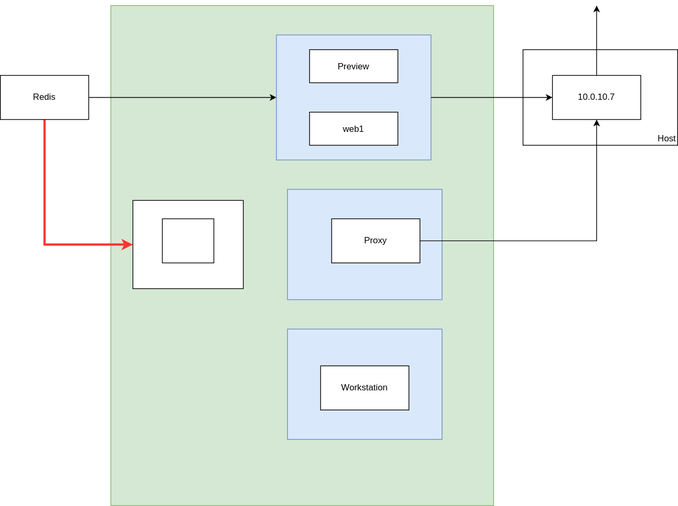
Earlier version of the draw.io export fwissue.svg (vjavle/invoicecloud). Source tidied: cells renumbered, new cells last; positions are measured from the earlier drawing's top-left corner, leaving out a move shared by most shapes. Its diagram source:
```xml
<mxGraphModel>
  <root>
    <mxCell id="0" />
    <mxCell id="1" parent="0" />
    <mxCell id="2" value="Host" style="rounded=0;whiteSpace=wrap;html=1;verticalAlign=bottom;align=right;" parent="1" vertex="1">
      <mxGeometry x="710" y="60" width="210" height="130" as="geometry" />
    </mxCell>
    <mxCell id="3" style="rounded=0;whiteSpace=wrap;html=1;fillColor=#d5e8d4;strokeColor=#82b366;" parent="1" vertex="1">
      <mxGeometry x="150" width="520" height="680" as="geometry" />
    </mxCell>
    <mxCell id="4" style="rounded=0;whiteSpace=wrap;html=1;fillColor=#dae8fc;strokeColor=#6c8ebf;" parent="1" vertex="1">
      <mxGeometry x="375" y="40" width="210" height="170" as="geometry" />
    </mxCell>
    <mxCell id="5" style="rounded=0;whiteSpace=wrap;html=1;fillColor=#dae8fc;strokeColor=#6c8ebf;" parent="1" vertex="1">
      <mxGeometry x="390" y="250" width="210" height="150" as="geometry" />
    </mxCell>
    <mxCell id="6" style="edgeStyle=orthogonalEdgeStyle;rounded=0;jettySize=auto;html=1;exitX=1;exitY=0.5;exitDx=0;exitDy=0;" parent="1" edge="1" source="4" target="9">
      <mxGeometry relative="1" as="geometry" />
    </mxCell>
    <mxCell id="7" value="web1" style="rounded=0;whiteSpace=wrap;html=1;" parent="1" vertex="1">
      <mxGeometry x="420" y="145" width="120" height="45" as="geometry" />
    </mxCell>
    <mxCell id="8" style="edgeStyle=orthogonalEdgeStyle;rounded=0;jettySize=auto;html=1;" parent="1" edge="1" source="9">
      <mxGeometry relative="1" as="geometry">
        <mxPoint x="810" as="targetPoint" />
      </mxGeometry>
    </mxCell>
    <mxCell id="9" value="10.0.10.7" style="rounded=0;whiteSpace=wrap;html=1;" parent="1" vertex="1">
      <mxGeometry x="750" y="95" width="120" height="60" as="geometry" />
    </mxCell>
    <mxCell id="10" style="edgeStyle=orthogonalEdgeStyle;rounded=0;jettySize=auto;html=1;entryX=0;entryY=0.5;entryDx=0;entryDy=0;" parent="1" edge="1" source="12" target="4">
      <mxGeometry relative="1" as="geometry" />
    </mxCell>
    <mxCell id="11" style="edgeStyle=orthogonalEdgeStyle;rounded=0;jettySize=auto;html=1;entryX=0;entryY=0.5;entryDx=0;entryDy=0;strokeColor=#FF3333;strokeWidth=3;" parent="1" edge="1" source="12" target="18">
      <mxGeometry relative="1" as="geometry">
        <Array as="points">
          <mxPoint x="60" y="325" />
        </Array>
      </mxGeometry>
    </mxCell>
    <mxCell id="12" value="Redis" style="rounded=0;whiteSpace=wrap;html=1;" parent="1" vertex="1">
      <mxGeometry y="95" width="120" height="60" as="geometry" />
    </mxCell>
    <mxCell id="13" style="edgeStyle=orthogonalEdgeStyle;rounded=0;jettySize=auto;html=1;" parent="1" edge="1" source="14" target="9">
      <mxGeometry relative="1" as="geometry" />
    </mxCell>
    <mxCell id="14" value="Proxy" style="rounded=0;whiteSpace=wrap;html=1;" parent="1" vertex="1">
      <mxGeometry x="450" y="290" width="120" height="60" as="geometry" />
    </mxCell>
    <mxCell id="15" value="Preview" style="rounded=0;whiteSpace=wrap;html=1;" parent="1" vertex="1">
      <mxGeometry x="420" y="60" width="120" height="45" as="geometry" />
    </mxCell>
    <mxCell id="16" style="rounded=0;whiteSpace=wrap;html=1;fillColor=#dae8fc;strokeColor=#6c8ebf;" parent="1" vertex="1">
      <mxGeometry x="390" y="440" width="210" height="150" as="geometry" />
    </mxCell>
    <mxCell id="17" value="Workstation" style="rounded=0;whiteSpace=wrap;html=1;" parent="1" vertex="1">
      <mxGeometry x="435" y="490" width="120" height="60" as="geometry" />
    </mxCell>
    <mxCell id="18" style="rounded=0;whiteSpace=wrap;html=1;" parent="1" vertex="1">
      <mxGeometry x="180" y="265" width="150" height="120" as="geometry" />
    </mxCell>
    <mxCell id="19" style="rounded=0;whiteSpace=wrap;html=1;" parent="1" vertex="1">
      <mxGeometry x="220" y="290" width="70" height="60" as="geometry" />
    </mxCell>
  </root>
</mxGraphModel>
```
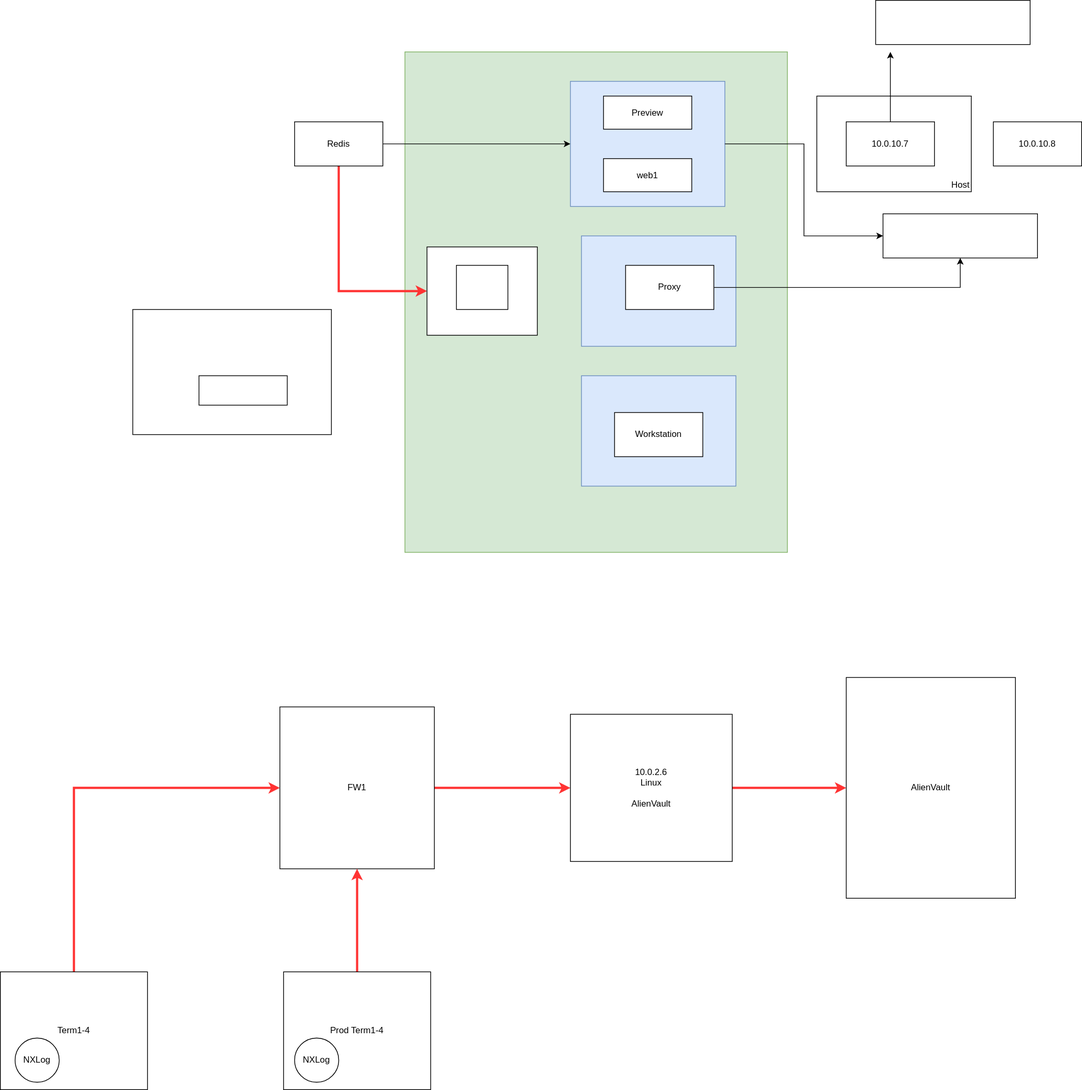
The same diagram one commit later.

What changed in the source:
```diff
@@ -14,7 +14,7 @@
     <mxCell id="5" style="rounded=0;whiteSpace=wrap;html=1;fillColor=#dae8fc;strokeColor=#6c8ebf;" parent="1" vertex="1">
       <mxGeometry x="390" y="250" width="210" height="150" as="geometry" />
     </mxCell>
-    <mxCell id="6" style="edgeStyle=orthogonalEdgeStyle;rounded=0;jettySize=auto;html=1;exitX=1;exitY=0.5;exitDx=0;exitDy=0;" parent="1" edge="1" source="4" target="9">
+    <mxCell id="6" style="edgeStyle=orthogonalEdgeStyle;rounded=0;jettySize=auto;html=1;exitX=1;exitY=0.5;exitDx=0;exitDy=0;entryX=0;entryY=0.5;entryDx=0;entryDy=0;" parent="1" edge="1" source="4" target="23">
       <mxGeometry relative="1" as="geometry" />
     </mxCell>
     <mxCell id="7" value="web1" style="rounded=0;whiteSpace=wrap;html=1;" parent="1" vertex="1">
@@ -41,7 +41,7 @@
     <mxCell id="12" value="Redis" style="rounded=0;whiteSpace=wrap;html=1;" parent="1" vertex="1">
       <mxGeometry y="95" width="120" height="60" as="geometry" />
     </mxCell>
-    <mxCell id="13" style="edgeStyle=orthogonalEdgeStyle;rounded=0;jettySize=auto;html=1;" parent="1" edge="1" source="14" target="9">
+    <mxCell id="13" style="edgeStyle=orthogonalEdgeStyle;rounded=0;jettySize=auto;html=1;entryX=0.5;entryY=1;entryDx=0;entryDy=0;" parent="1" edge="1" source="14" target="23">
       <mxGeometry relative="1" as="geometry" />
     </mxCell>
     <mxCell id="14" value="Proxy" style="rounded=0;whiteSpace=wrap;html=1;" parent="1" vertex="1">
@@ -62,5 +62,53 @@
     <mxCell id="19" style="rounded=0;whiteSpace=wrap;html=1;" parent="1" vertex="1">
       <mxGeometry x="220" y="290" width="70" height="60" as="geometry" />
     </mxCell>
+    <mxCell id="20" value="10.0.10.8" style="rounded=0;whiteSpace=wrap;html=1;" parent="1" vertex="1">
+      <mxGeometry x="950" y="95" width="120" height="60" as="geometry" />
+    </mxCell>
+    <mxCell id="21" style="rounded=0;whiteSpace=wrap;html=1;" parent="1" vertex="1">
+      <mxGeometry x="-220" y="350" width="270" height="170" as="geometry" />
+    </mxCell>
+    <mxCell id="22" style="rounded=0;whiteSpace=wrap;html=1;" parent="1" vertex="1">
+      <mxGeometry x="-130" y="440" width="120" height="40" as="geometry" />
+    </mxCell>
+    <mxCell id="23" style="rounded=0;whiteSpace=wrap;html=1;" parent="1" vertex="1">
+      <mxGeometry x="800" y="220" width="210" height="60" as="geometry" />
+    </mxCell>
+    <mxCell id="24" style="rounded=0;whiteSpace=wrap;html=1;" parent="1" vertex="1">
+      <mxGeometry x="790" y="-70" width="210" height="60" as="geometry" />
+    </mxCell>
+    <mxCell id="25" style="edgeStyle=orthogonalEdgeStyle;rounded=0;jettySize=auto;html=1;strokeColor=#FF3333;strokeWidth=3;" parent="1" edge="1" source="26" target="28">
+      <mxGeometry relative="1" as="geometry" />
+    </mxCell>
+    <mxCell id="26" value="FW1" style="rounded=0;whiteSpace=wrap;html=1;" parent="1" vertex="1">
+      <mxGeometry x="-20" y="890" width="210" height="220" as="geometry" />
+    </mxCell>
+    <mxCell id="27" style="edgeStyle=orthogonalEdgeStyle;rounded=0;jettySize=auto;html=1;strokeColor=#FF3333;strokeWidth=3;" parent="1" edge="1" source="28" target="29">
+      <mxGeometry relative="1" as="geometry" />
+    </mxCell>
+    <mxCell id="28" value="10.0.2.6&lt;br&gt;Linux&lt;br&gt;&lt;br&gt;AlienVault" style="rounded=0;whiteSpace=wrap;html=1;" parent="1" vertex="1">
+      <mxGeometry x="375" y="900" width="220" height="200" as="geometry" />
+    </mxCell>
+    <mxCell id="29" value="AlienVault" style="rounded=0;whiteSpace=wrap;html=1;" parent="1" vertex="1">
+      <mxGeometry x="750" y="850" width="230" height="300" as="geometry" />
+    </mxCell>
+    <mxCell id="30" style="edgeStyle=orthogonalEdgeStyle;rounded=0;jettySize=auto;html=1;strokeColor=#FF3333;strokeWidth=3;" parent="1" edge="1" source="31" target="26">
+      <mxGeometry relative="1" as="geometry" />
+    </mxCell>
+    <mxCell id="31" value="Prod Term1-4" style="rounded=0;whiteSpace=wrap;html=1;" parent="1" vertex="1">
+      <mxGeometry x="-15" y="1250" width="200" height="160" as="geometry" />
+    </mxCell>
+    <mxCell id="32" style="edgeStyle=orthogonalEdgeStyle;rounded=0;jettySize=auto;html=1;entryX=0;entryY=0.5;entryDx=0;entryDy=0;strokeColor=#FF3333;strokeWidth=3;exitX=0.5;exitY=0;exitDx=0;exitDy=0;" parent="1" edge="1" source="33" target="26">
+      <mxGeometry relative="1" as="geometry" />
+    </mxCell>
+    <mxCell id="33" value="Term1-4" style="rounded=0;whiteSpace=wrap;html=1;" parent="1" vertex="1">
+      <mxGeometry x="-400" y="1250" width="200" height="160" as="geometry" />
+    </mxCell>
+    <mxCell id="34" value="NXLog" style="ellipse;whiteSpace=wrap;html=1;" parent="1" vertex="1">
+      <mxGeometry x="-380" y="1340" width="60" height="60" as="geometry" />
+    </mxCell>
+    <mxCell id="35" value="NXLog" style="ellipse;whiteSpace=wrap;html=1;" parent="1" vertex="1">
+      <mxGeometry y="1340" width="60" height="60" as="geometry" />
+    </mxCell>
   </root>
 </mxGraphModel>
```
